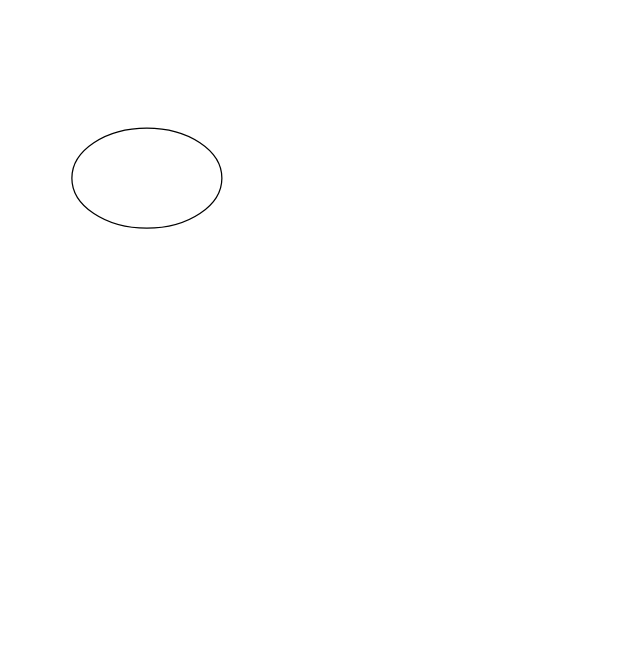
This is 未命名绘图.drawio from 752473572/MyFramework, a draw.io file, before an edit. Source tidied: cells renumbered, new cells numbered last; positions are measured from the earlier drawing's top-left corner, leaving out a move shared by most shapes. Both pictures are drawn from the tidied source at 125%, with x=0, y=0 at pixel (71, 128).
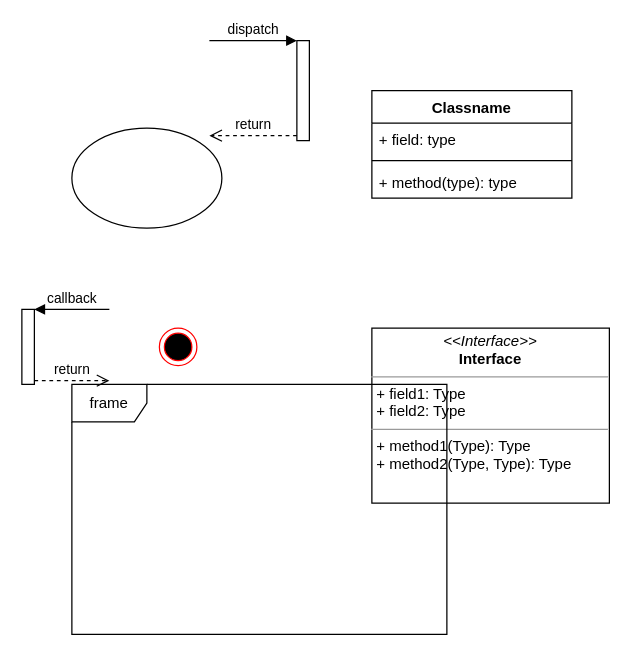
Above is the later version.

Commit message:
Update 未命名绘图.drawio

Change to the diagram source:
```diff
@@
 <mxGraphModel>
   <root>
     <mxCell id="0" />
     <mxCell id="1" parent="0" />
     <mxCell id="2" style="ellipse;whiteSpace=wrap;html=1;" parent="1" vertex="1">
       <mxGeometry width="120" height="80" as="geometry" />
     </mxCell>
+    <mxCell id="3" value="Classname" style="swimlane;fontStyle=1;align=center;verticalAlign=top;horizontal=1;startSize=26;" parent="1" vertex="1">
+      <mxGeometry x="240" y="-30" width="160" height="86" as="geometry" />
+    </mxCell>
+    <mxCell id="4" value="+ field: type" style="text;strokeColor=none;fillColor=none;align=left;verticalAlign=top;spacingLeft=4;spacingRight=4;overflow=hidden;" parent="3" vertex="1">
+      <mxGeometry y="26" width="160" height="26" as="geometry" />
+    </mxCell>
+    <mxCell id="5" style="line;strokeWidth=1;fillColor=none;align=left;verticalAlign=middle;spacingTop=-1;spacingLeft=3;spacingRight=3;labelPosition=right;" parent="3" vertex="1">
+      <mxGeometry y="52" width="160" height="8" as="geometry" />
+    </mxCell>
+    <mxCell id="6" value="+ method(type): type" style="text;strokeColor=none;fillColor=none;align=left;verticalAlign=top;spacingLeft=4;spacingRight=4;overflow=hidden;" parent="3" vertex="1">
+      <mxGeometry y="60" width="160" height="26" as="geometry" />
+    </mxCell>
+    <mxCell id="7" value="&lt;p style=&quot;margin:0px;margin-top:4px;text-align:center;&quot;&gt;&lt;i&gt;&amp;lt;&amp;lt;Interface&amp;gt;&amp;gt;&lt;/i&gt;&lt;br/&gt;&lt;b&gt;Interface&lt;/b&gt;&lt;/p&gt;&lt;hr size=&quot;1&quot;/&gt;&lt;p style=&quot;margin:0px;margin-left:4px;&quot;&gt;+ field1: Type&lt;br/&gt;+ field2: Type&lt;/p&gt;&lt;hr size=&quot;1&quot;/&gt;&lt;p style=&quot;margin:0px;margin-left:4px;&quot;&gt;+ method1(Type): Type&lt;br/&gt;+ method2(Type, Type): Type&lt;/p&gt;" style="verticalAlign=top;align=left;overflow=fill;fontSize=12;fontFamily=Helvetica;html=1;" parent="1" vertex="1">
+      <mxGeometry x="240" y="160" width="190" height="140" as="geometry" />
+    </mxCell>
+    <mxCell id="8" style="ellipse;html=1;shape=endState;fillColor=#000000;strokeColor=#ff0000;" parent="1" vertex="1">
+      <mxGeometry x="70" y="160" width="30" height="30" as="geometry" />
+    </mxCell>
+    <mxCell id="9" value="frame" style="shape=umlFrame;whiteSpace=wrap;html=1;" parent="1" vertex="1">
+      <mxGeometry y="205" width="300" height="200" as="geometry" />
+    </mxCell>
+    <mxCell id="10" style="html=1;points=[];perimeter=orthogonalPerimeter;" parent="1" vertex="1">
+      <mxGeometry x="-40" y="145" width="10" height="60" as="geometry" />
+    </mxCell>
+    <mxCell id="11" value="callback" style="html=1;verticalAlign=bottom;endArrow=block;entryX=1;entryY=0;rounded=0;" parent="1" edge="1" target="10">
+      <mxGeometry relative="1" as="geometry">
+        <mxPoint x="30" y="145" as="sourcePoint" />
+      </mxGeometry>
+    </mxCell>
+    <mxCell id="12" value="return" style="html=1;verticalAlign=bottom;endArrow=open;dashed=1;endSize=8;exitX=1;exitY=0.95;rounded=0;" parent="1" edge="1" source="10">
+      <mxGeometry relative="1" as="geometry">
+        <mxPoint x="30" y="202" as="targetPoint" />
+      </mxGeometry>
+    </mxCell>
+    <mxCell id="13" style="html=1;points=[];perimeter=orthogonalPerimeter;" parent="1" vertex="1">
+      <mxGeometry x="180" y="-70" width="10" height="80" as="geometry" />
+    </mxCell>
+    <mxCell id="14" value="dispatch" style="html=1;verticalAlign=bottom;endArrow=block;entryX=0;entryY=0;rounded=0;" parent="1" edge="1" target="13">
+      <mxGeometry relative="1" as="geometry">
+        <mxPoint x="110" y="-70" as="sourcePoint" />
+      </mxGeometry>
+    </mxCell>
+    <mxCell id="15" value="return" style="html=1;verticalAlign=bottom;endArrow=open;dashed=1;endSize=8;exitX=0;exitY=0.95;rounded=0;" parent="1" edge="1" source="13">
+      <mxGeometry relative="1" as="geometry">
+        <mxPoint x="110" y="6" as="targetPoint" />
+      </mxGeometry>
+    </mxCell>
   </root>
 </mxGraphModel>
```
